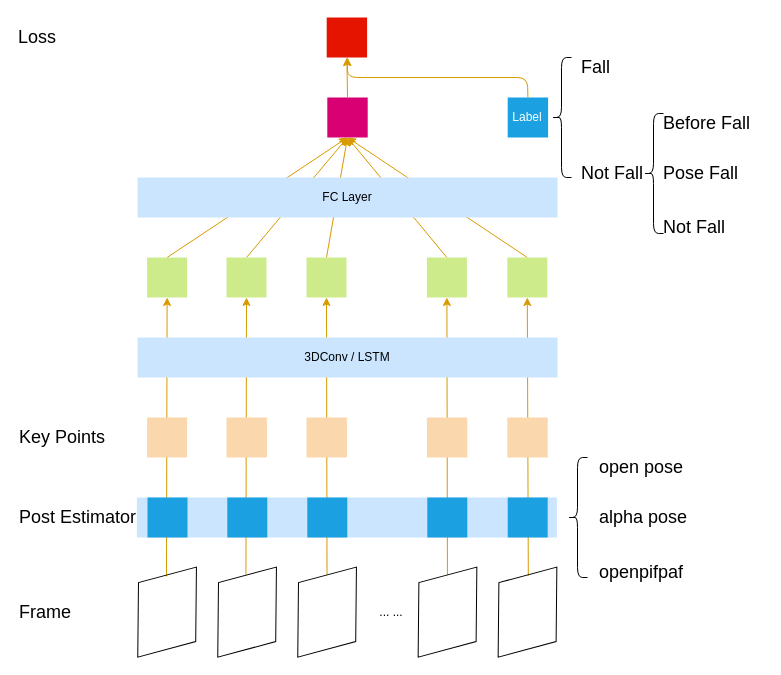
Earlier version of the draw.io diagram 99_resources/11_img/fall_detection_pose.drawio (dataml-cn/playground). Source tidied: cells renumbered, new cells numbered last; positions are measured from the earlier drawing's top-left corner, leaving out a move shared by most shapes. Both pictures are drawn from the tidied source at 100%, with x=0, y=0 at pixel (17, 17).
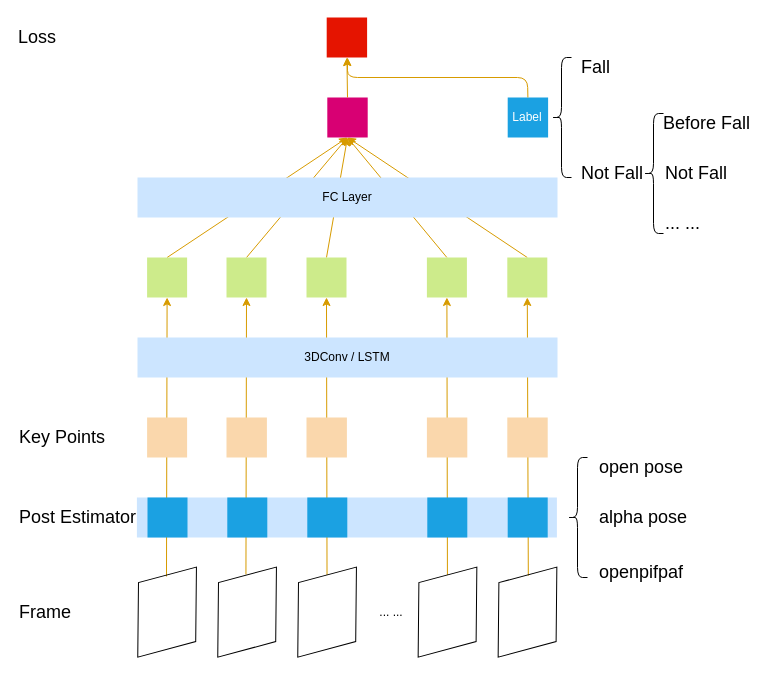
The same diagram, later.

The edit, as a diff of the source:
```diff
@@
     <mxCell id="53" value="&lt;font style=&quot;font-size: 18px&quot;&gt;Not Fall&amp;nbsp;&lt;/font&gt;" style="text;html=1;strokeColor=none;fillColor=none;align=left;verticalAlign=middle;whiteSpace=wrap;rounded=0;" parent="1" vertex="1">
-      <mxGeometry x="644" y="200" width="80" height="20" as="geometry" />
+      <mxGeometry x="646" y="146" width="80" height="20" as="geometry" />
     </mxCell>
@@
-    <mxCell id="55" value="&lt;font style=&quot;font-size: 18px&quot;&gt;Pose Fall&amp;nbsp;&lt;/font&gt;" style="text;html=1;strokeColor=none;fillColor=none;align=left;verticalAlign=middle;whiteSpace=wrap;rounded=0;" parent="1" vertex="1">
-      <mxGeometry x="644" y="146" width="103" height="20" as="geometry" />
-    </mxCell>
+    <mxCell id="56" value="&lt;span style=&quot;font-size: 18px&quot;&gt;... ...&lt;/span&gt;" style="text;html=1;strokeColor=none;fillColor=none;align=left;verticalAlign=middle;whiteSpace=wrap;rounded=0;" parent="1" vertex="1">
+      <mxGeometry x="646" y="196" width="80" height="20" as="geometry" />
+    </mxCell>
```
